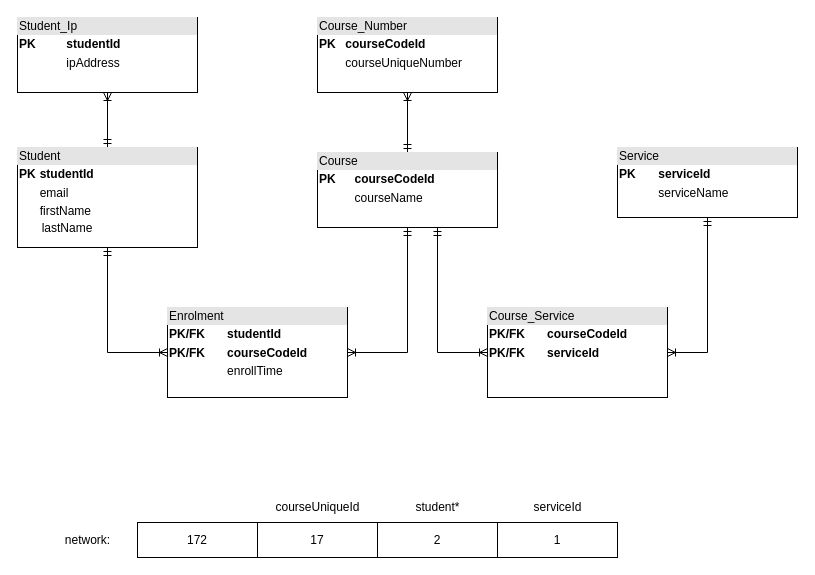
pleycothh/Csharp_Learning_Note keeps this draw.io diagram as page "Sqlite-Schema" (6 of 6) of Project_Plan.drawio. Above is the earlier version. Source tidied: cells renumbered, new cells numbered last; positions are measured from the earlier drawing's top-left corner, leaving out a move shared by most shapes. Both pictures are drawn from the tidied source at 100%, with x=0, y=0 at pixel (17, 17).
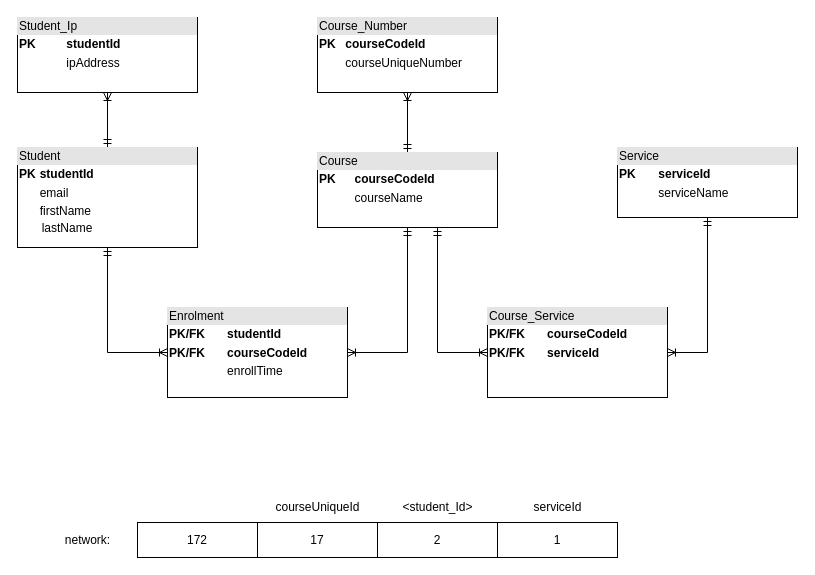
The same diagram, later.

Change to the diagram source:
```diff
@@
-    <mxCell id="18" value="student*" style="text;html=1;align=center;verticalAlign=middle;strokeColor=none;fillColor=none;" parent="1" vertex="1">
-      <mxGeometry x="390" y="480" width="60" height="20" as="geometry" />
+    <mxCell id="18" value="&amp;lt;student_Id&amp;gt;" style="text;html=1;align=center;verticalAlign=middle;strokeColor=none;fillColor=none;" parent="1" vertex="1">
+      <mxGeometry x="375" y="480" width="90" height="20" as="geometry" />
     </mxCell>
```
